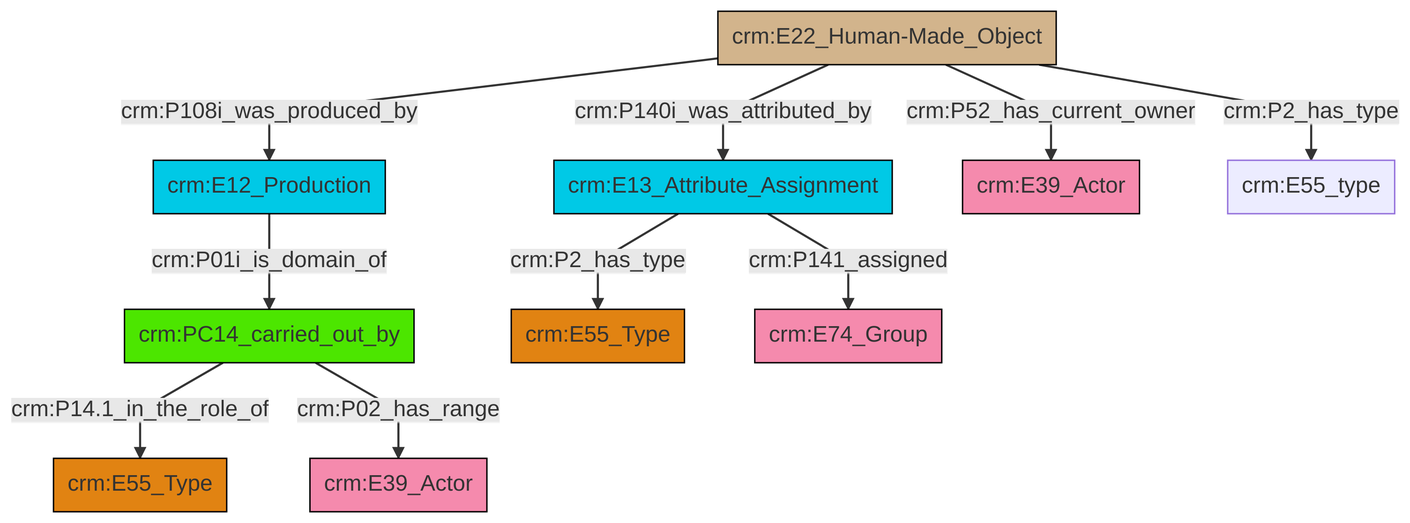
Earlier version of the Mermaid export et/builtWorkCSV/ttl/mmd/png/Built_Work_actor_relations.png (swiss-art-research-net/reference-data-models). Its source is kept beside it as et/builtWorkCSV/ttl/mmd/Built_Work_actor_relations.ttl.mmd.
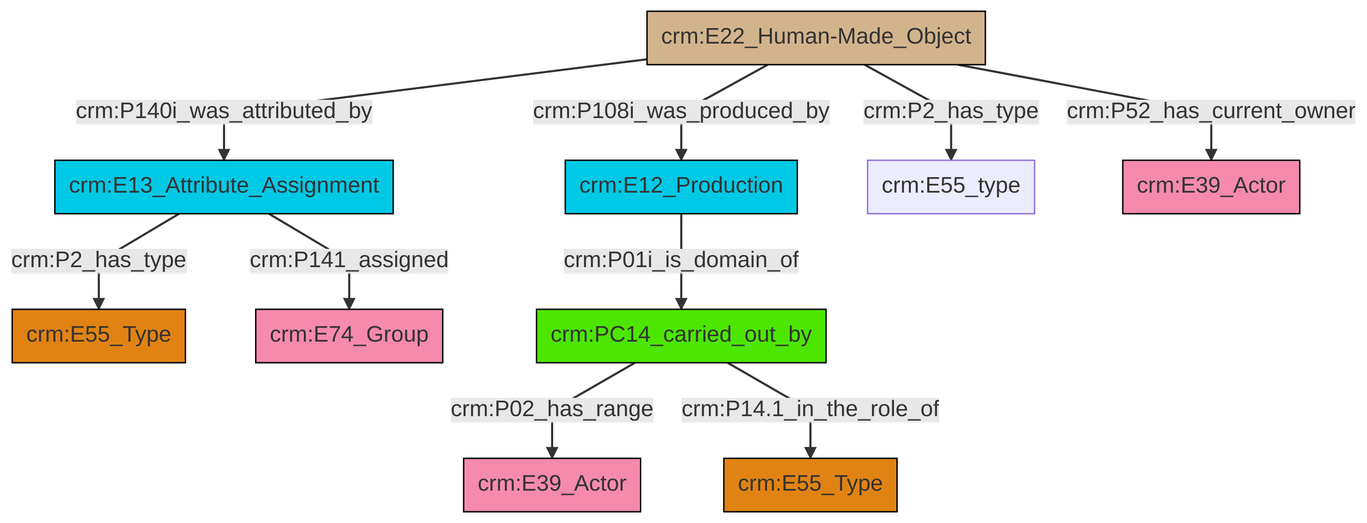
After the change.

What changed in the source:
```diff
@@ -13,12 +13,12 @@
 classDef PC_Classes fill:#4ce600, stroke:#000000;
 classDef Multi fill:#cccccc,stroke:#000000;
 
-0["crm:E22_Human-Made_Object"]:::Physical_Thing -->|crm:P108i_was_produced_by| 1["crm:E12_Production"]:::Temporal_Entity
-1["crm:E12_Production"]:::Temporal_Entity -->|crm:P01i_is_domain_of| 2["crm:PC14_carried_out_by"]:::PC_Classes
-2["crm:PC14_carried_out_by"]:::PC_Classes -->|crm:P14.1_in_the_role_of| 3["crm:E55_Type"]:::Type
-4["crm:E13_Attribute_Assignment"]:::Temporal_Entity -->|crm:P2_has_type| 5["crm:E55_Type"]:::Type
-0["crm:E22_Human-Made_Object"]:::Physical_Thing -->|crm:P52_has_current_owner| 6["crm:E39_Actor"]:::Actor
-0["crm:E22_Human-Made_Object"]:::Physical_Thing -->|crm:P2_has_type| 11["crm:E55_type"]:::Default
-4["crm:E13_Attribute_Assignment"]:::Temporal_Entity -->|crm:P141_assigned| 16["crm:E74_Group"]:::Actor
-2["crm:PC14_carried_out_by"]:::PC_Classes -->|crm:P02_has_range| 13["crm:E39_Actor"]:::Actor
-0["crm:E22_Human-Made_Object"]:::Physical_Thing -->|crm:P140i_was_attributed_by| 4["crm:E13_Attribute_Assignment"]:::Temporal_Entity
+2["crm:E13_Attribute_Assignment"]:::Temporal_Entity -->|crm:P141_assigned| 3["crm:E74_Group"]:::Actor
+4["crm:E12_Production"]:::Temporal_Entity -->|crm:P01i_is_domain_of| 6["crm:PC14_carried_out_by"]:::PC_Classes
+10["crm:E22_Human-Made_Object"]:::Physical_Thing -->|crm:P2_has_type| 11["crm:E55_type"]:::Default
+10["crm:E22_Human-Made_Object"]:::Physical_Thing -->|crm:P140i_was_attributed_by| 2["crm:E13_Attribute_Assignment"]:::Temporal_Entity
+6["crm:PC14_carried_out_by"]:::PC_Classes -->|crm:P02_has_range| 13["crm:E39_Actor"]:::Actor
+10["crm:E22_Human-Made_Object"]:::Physical_Thing -->|crm:P52_has_current_owner| 16["crm:E39_Actor"]:::Actor
+10["crm:E22_Human-Made_Object"]:::Physical_Thing -->|crm:P108i_was_produced_by| 4["crm:E12_Production"]:::Temporal_Entity
+2["crm:E13_Attribute_Assignment"]:::Temporal_Entity -->|crm:P2_has_type| 0["crm:E55_Type"]:::Type
+6["crm:PC14_carried_out_by"]:::PC_Classes -->|crm:P14.1_in_the_role_of| 19["crm:E55_Type"]:::Type
```
